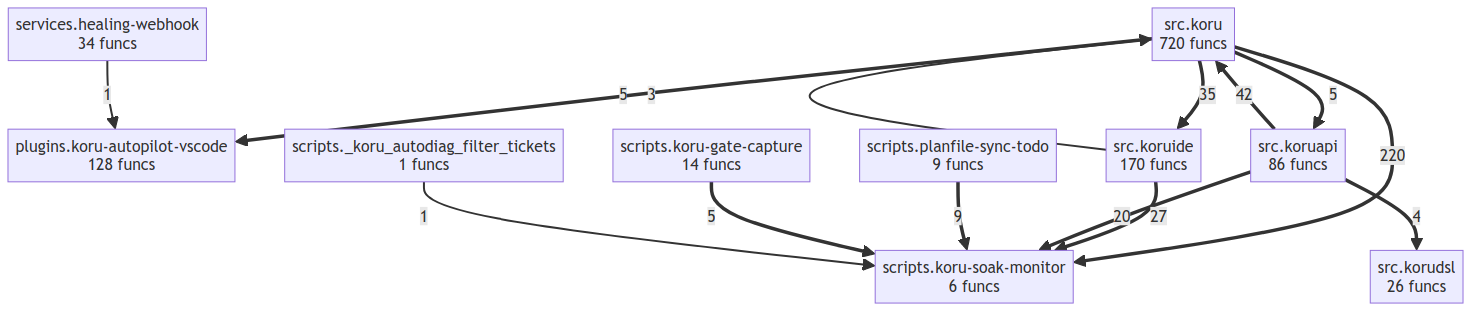
Above: project/compact_flow.png in semcod/koru (Mermaid), before the change. Its source is kept beside it as project/compact_flow.mmd. Its diagram source:
```mermaid
flowchart TD
    plugins__koru_autopilot_vscode["plugins.koru-autopilot-vscode<br/>128 funcs"]
    scripts___koru_autodiag_filter_tickets["scripts._koru_autodiag_filter_tickets<br/>1 funcs"]
    scripts__koru_gate_capture["scripts.koru-gate-capture<br/>14 funcs"]
    scripts__koru_soak_monitor["scripts.koru-soak-monitor<br/>6 funcs"]
    scripts__planfile_sync_todo["scripts.planfile-sync-todo<br/>9 funcs"]
    services__healing_webhook["services.healing-webhook<br/>34 funcs"]
    src__koru["src.koru<br/>720 funcs"]
    src__koruapi["src.koruapi<br/>86 funcs"]
    src__korudsl["src.korudsl<br/>26 funcs"]
    src__koruide["src.koruide<br/>170 funcs"]
    src__koru ==>|220| scripts__koru_soak_monitor
    src__koruapi ==>|42| src__koru
    src__koru ==>|35| src__koruide
    src__koruide ==>|27| scripts__koru_soak_monitor
    src__koruapi ==>|20| scripts__koru_soak_monitor
    scripts__planfile_sync_todo ==>|9| scripts__koru_soak_monitor
    src__koru ==>|5| plugins__koru_autopilot_vscode
    src__koru ==>|5| src__koruapi
    scripts__koru_gate_capture ==>|5| scripts__koru_soak_monitor
    src__koruapi ==>|4| src__korudsl
    src__koruide -->|3| src__koru
    services__healing_webhook -->|1| plugins__koru_autopilot_vscode
    scripts___koru_autodiag_filter_tickets -->|1| scripts__koru_soak_monitor
```
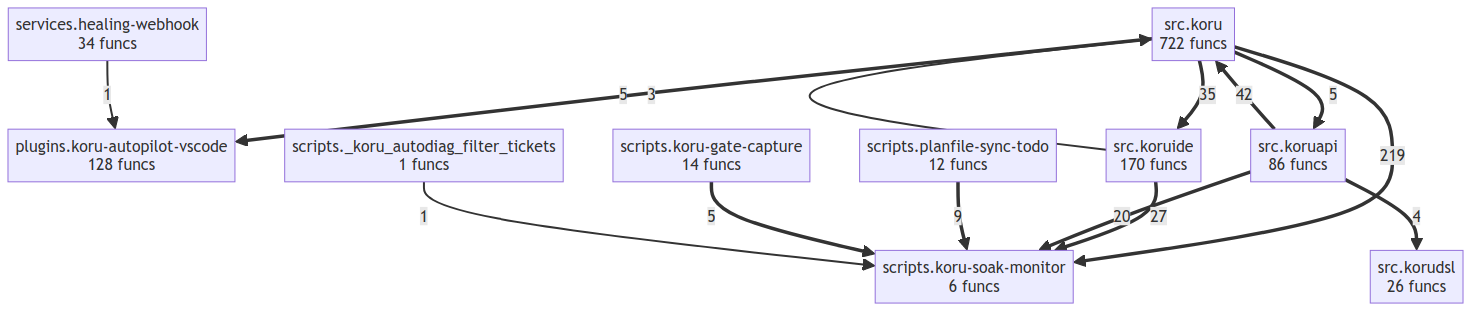
Above is the later version.

What changed in the source:
```diff
@@ -3,13 +3,13 @@
     scripts___koru_autodiag_filter_tickets["scripts._koru_autodiag_filter_tickets<br/>1 funcs"]
     scripts__koru_gate_capture["scripts.koru-gate-capture<br/>14 funcs"]
     scripts__koru_soak_monitor["scripts.koru-soak-monitor<br/>6 funcs"]
-    scripts__planfile_sync_todo["scripts.planfile-sync-todo<br/>9 funcs"]
+    scripts__planfile_sync_todo["scripts.planfile-sync-todo<br/>12 funcs"]
     services__healing_webhook["services.healing-webhook<br/>34 funcs"]
-    src__koru["src.koru<br/>720 funcs"]
+    src__koru["src.koru<br/>722 funcs"]
     src__koruapi["src.koruapi<br/>86 funcs"]
     src__korudsl["src.korudsl<br/>26 funcs"]
     src__koruide["src.koruide<br/>170 funcs"]
-    src__koru ==>|220| scripts__koru_soak_monitor
+    src__koru ==>|219| scripts__koru_soak_monitor
     src__koruapi ==>|42| src__koru
     src__koru ==>|35| src__koruide
     src__koruide ==>|27| scripts__koru_soak_monitor
```
